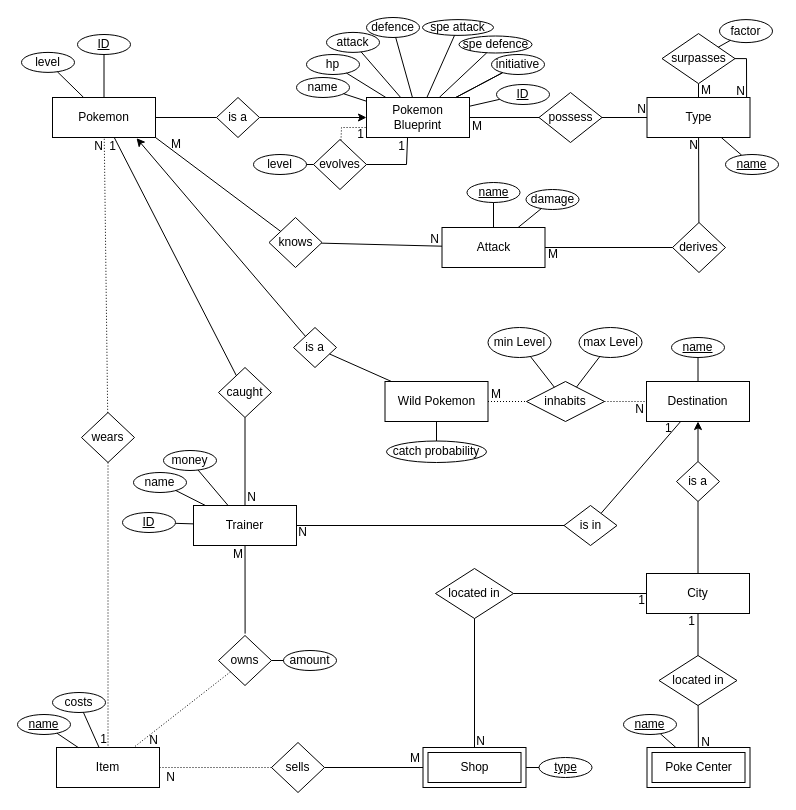
mypictur3esforu/Pokemon-Scuffed-Grey keeps this draw.io diagram as Projekt/Pokemon Scuffed Grey.drawio. Above is the earlier version. Source tidied: cells renumbered, new cells numbered last; positions are measured from the earlier drawing's top-left corner, leaving out a move shared by most shapes. Both pictures are drawn from the tidied source at 100%, with x=0, y=0 at pixel (17, 17).
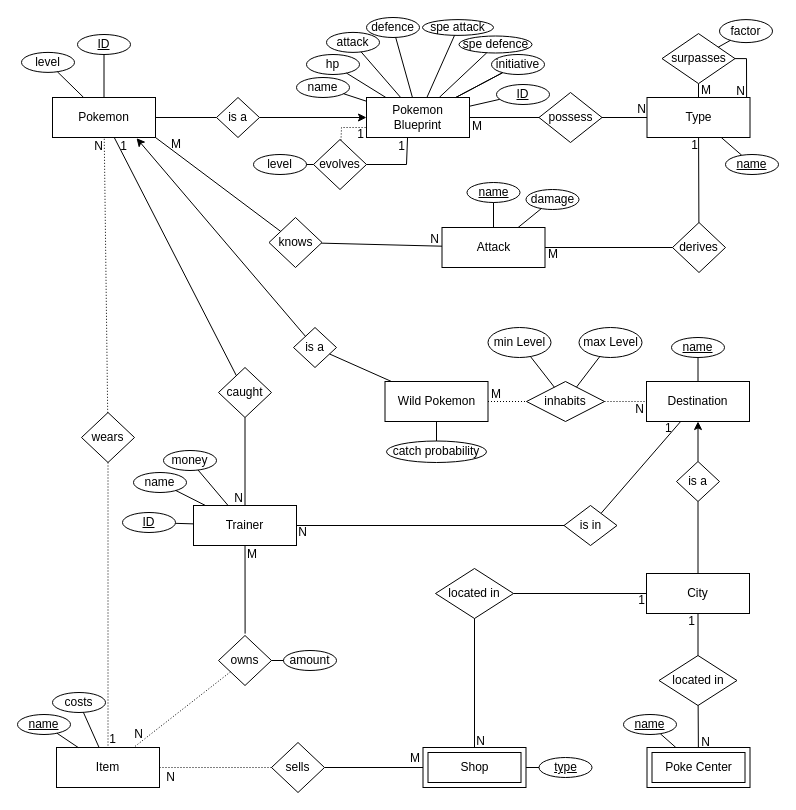
After the change.

Commit message (it also covers changes not shown here):
derive zu 1:n und f-Keys mit alter table

Unchanged cells that the change refers to:
```xml
<mxCell id="20" style="endArrow=none;html=1;rounded=0;" parent="1" edge="1" target="7">
  <mxGeometry relative="1" as="geometry">
    <mxPoint x="227.6" y="616.1" as="sourcePoint" />
  </mxGeometry>
</mxCell>
<mxCell id="28" style="endArrow=none;html=1;rounded=0;" parent="1" edge="1" source="13" target="7">
  <mxGeometry relative="1" as="geometry" />
</mxCell>
<mxCell id="30" style="endArrow=none;html=1;rounded=0;" parent="1" edge="1" source="13" target="3">
  <mxGeometry relative="1" as="geometry" />
</mxCell>
<mxCell id="40" style="endArrow=none;html=1;rounded=0;dashed=1;dashPattern=1 2;" parent="1" edge="1" source="19" target="18">
  <mxGeometry relative="1" as="geometry" />
</mxCell>
<mxCell id="69" style="endArrow=none;html=1;rounded=0;dashed=1;dashPattern=1 2;elbow=vertical;" parent="1" edge="1" source="22" target="18">
  <mxGeometry relative="1" as="geometry" />
</mxCell>
<mxCell id="110" style="endArrow=none;html=1;rounded=0;elbow=vertical;" parent="1" edge="1" source="109" target="50">
  <mxGeometry relative="1" as="geometry" />
</mxCell>
```

What changed in the source:
```diff
@@
     <mxCell id="21" value="M" style="html=1;whiteSpace=wrap;align=right;verticalAlign=bottom;" parent="20" vertex="1">
       <mxGeometry x="1" relative="1" as="geometry">
-        <mxPoint x="-1" y="17" as="offset" />
+        <mxPoint x="13" y="17" as="offset" />
       </mxGeometry>
     </mxCell>
@@
     <mxCell id="29" value="N" style="html=1;whiteSpace=wrap;align=right;verticalAlign=bottom;" parent="28" vertex="1">
       <mxGeometry x="1" relative="1" as="geometry">
-        <mxPoint x="12" as="offset" />
+        <mxPoint x="-1" y="1" as="offset" />
       </mxGeometry>
     </mxCell>
@@
     <mxCell id="31" value="1" style="html=1;whiteSpace=wrap;align=right;verticalAlign=bottom;" parent="30" vertex="1">
       <mxGeometry x="1" relative="1" as="geometry">
-        <mxPoint x="3" y="17" as="offset" />
+        <mxPoint x="14" y="17" as="offset" />
       </mxGeometry>
     </mxCell>
@@
     <mxCell id="41" value="N" style="html=1;whiteSpace=wrap;align=right;verticalAlign=bottom;" parent="40" vertex="1">
       <mxGeometry x="1" relative="1" as="geometry">
-        <mxPoint x="26" y="1" as="offset" />
+        <mxPoint x="11" y="-5" as="offset" />
       </mxGeometry>
     </mxCell>
@@
     <mxCell id="70" value="1" style="html=1;whiteSpace=wrap;align=right;verticalAlign=bottom;" parent="69" vertex="1">
-      <mxGeometry x="1" relative="1" as="geometry" />
+      <mxGeometry x="1" relative="1" as="geometry">
+        <mxPoint x="9" as="offset" />
+      </mxGeometry>
     </mxCell>
@@
-    <mxCell id="111" value="N" style="html=1;whiteSpace=wrap;align=right;verticalAlign=bottom;" parent="110" vertex="1">
+    <mxCell id="111" value="1" style="html=1;whiteSpace=wrap;align=right;verticalAlign=bottom;" parent="110" vertex="1">
       <mxGeometry x="1" relative="1" as="geometry">
         <mxPoint x="1" y="16" as="offset" />
       </mxGeometry>
     </mxCell>
```
